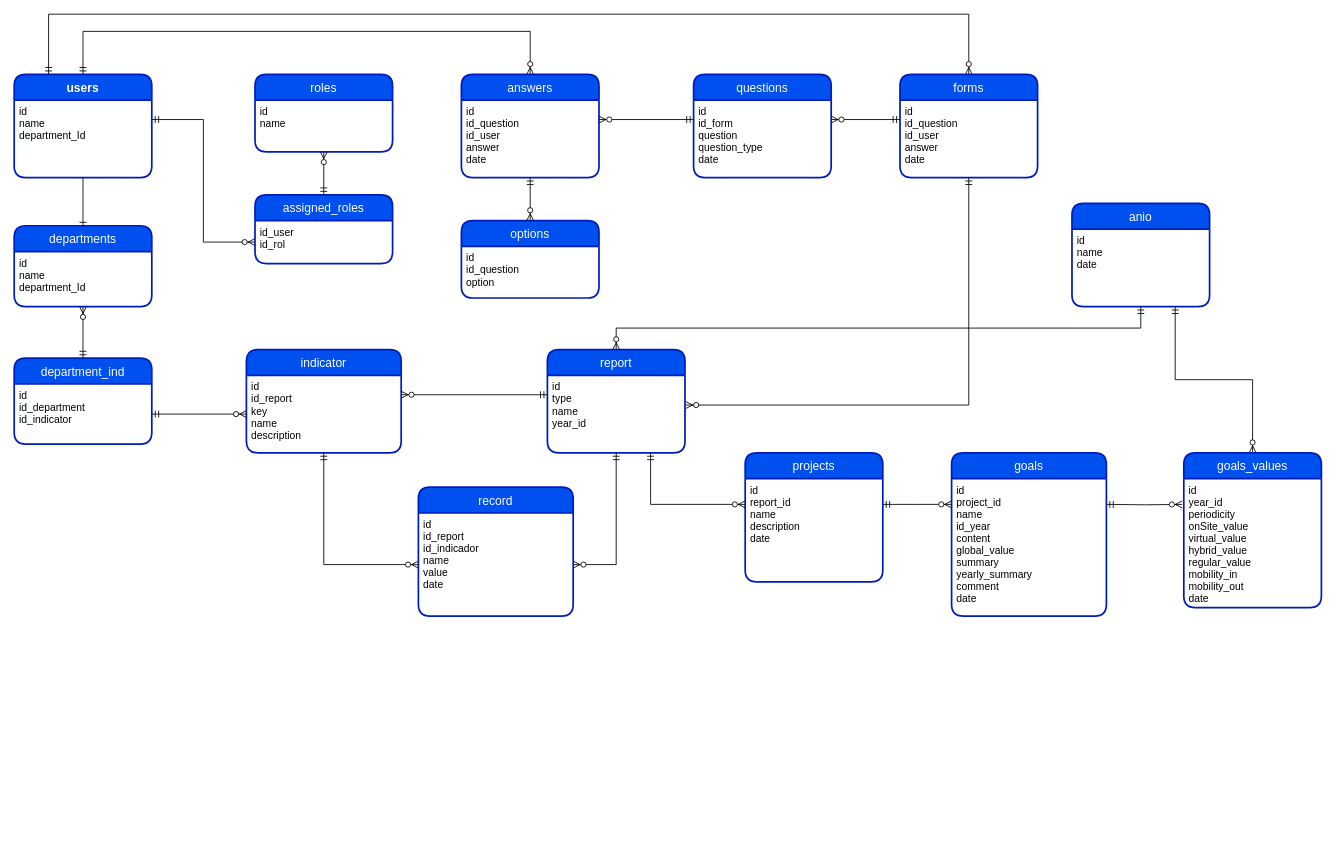
Above: Indicators.drawio in cristinacrs/diagrams (draw.io), before the change. Source tidied: cells renumbered, new cells numbered last; positions are measured from the earlier drawing's top-left corner, leaving out a move shared by most shapes. Both pictures are drawn from the tidied source at 86%, with x=0, y=0 at pixel (14, 14).
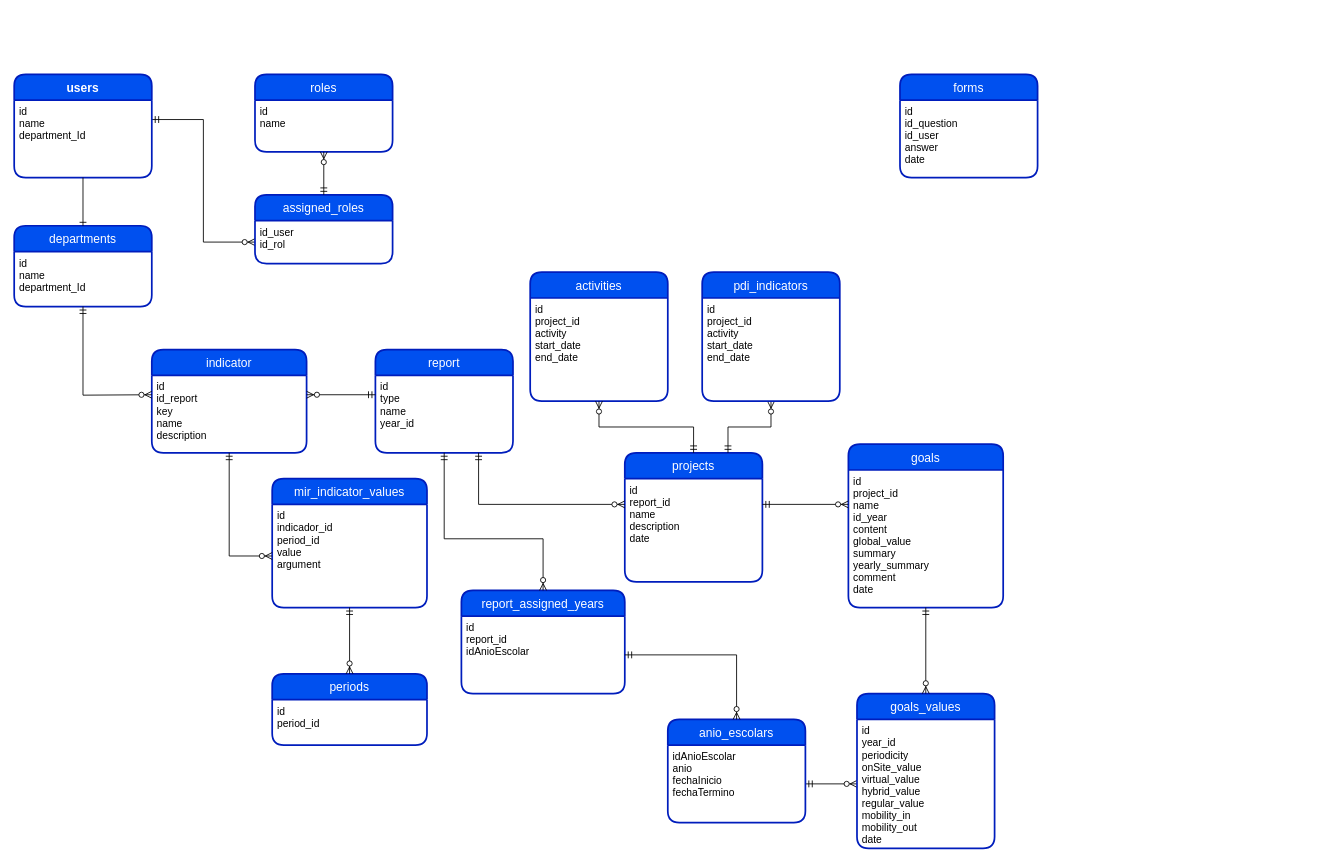
After the change.

Unchanged cells that the change refers to:
```xml
<mxCell id="4" value="users" style="swimlane;horizontal=1;startSize=30;rounded=1;fontSize=14;fontStyle=1;strokeWidth=2;shadow=0;dashed=0;align=center;fillColor=#0050ef;fontColor=#ffffff;strokeColor=#001DBC;" parent="1" vertex="1">
  <mxGeometry y="70" width="160" height="120" as="geometry" />
</mxCell>
<mxCell id="7" value="id&#10;name&#10;department_Id" style="align=left;strokeColor=none;fillColor=none;spacingLeft=4;fontSize=12;verticalAlign=top;" parent="6" vertex="1">
  <mxGeometry y="30" width="160" height="64" as="geometry" />
</mxCell>
<mxCell id="18" value="forms" style="swimlane;horizontal=1;startSize=30;rounded=1;fontSize=14;fontStyle=0;strokeWidth=2;shadow=0;dashed=0;align=center;fillColor=#0050ef;fontColor=#ffffff;strokeColor=#001DBC;" parent="1" vertex="1">
  <mxGeometry x="1030" y="70" width="160" height="120" as="geometry" />
</mxCell>
<mxCell id="19" value="id&#10;id_question&#10;id_user&#10;answer&#10;date" style="align=left;strokeColor=none;fillColor=none;spacingLeft=4;fontSize=12;verticalAlign=top;" parent="18" vertex="1">
  <mxGeometry y="30" width="160" height="90" as="geometry" />
</mxCell>
<mxCell id="23" value="id&#10;type&#10;name&#10;year_id" style="align=left;strokeColor=none;fillColor=none;spacingLeft=4;fontSize=12;verticalAlign=top;" parent="22" vertex="1">
  <mxGeometry y="30" width="160" height="90" as="geometry" />
</mxCell>
<mxCell id="30" value="id&#10;id_report&#10;key&#10;name&#10;description" style="align=left;strokeColor=none;fillColor=none;spacingLeft=4;fontSize=12;verticalAlign=top;" parent="29" vertex="1">
  <mxGeometry y="30" width="180" height="90" as="geometry" />
</mxCell>
<mxCell id="42" value="id&#10;report_id&#10;name&#10;description&#10;date" style="align=left;strokeColor=none;fillColor=none;spacingLeft=4;fontSize=12;verticalAlign=top;" parent="41" vertex="1">
  <mxGeometry y="30" width="160" height="120" as="geometry" />
</mxCell>
<mxCell id="45" value="id&#10;project_id&#10;name&#10;id_year&#10;content&#10;global_value&#10;summary&#10;yearly_summary&#10;comment&#10;date" style="align=left;strokeColor=none;fillColor=none;spacingLeft=4;fontSize=12;verticalAlign=top;" parent="44" vertex="1">
  <mxGeometry y="30" width="180" height="160" as="geometry" />
</mxCell>
<mxCell id="52" value="id&#10;year_id&#10;periodicity&#10;onSite_value&#10;virtual_value&#10;hybrid_value&#10;regular_value&#10;mobility_in&#10;mobility_out&#10;date" style="align=left;strokeColor=none;fillColor=none;spacingLeft=4;fontSize=12;verticalAlign=top;" parent="51" vertex="1">
  <mxGeometry y="30" width="160" height="150" as="geometry" />
</mxCell>
```

Diff of the diagram source:
```diff
@@
-    <mxCell id="3" style="fontSize=12;html=1;endArrow=ERzeroToMany;startArrow=ERmandOne;rounded=0;exitX=0.5;exitY=0;exitDx=0;exitDy=0;verticalAlign=bottom;labelPosition=center;verticalLabelPosition=top;align=center;entryX=0.5;entryY=0;entryDx=0;entryDy=0;edgeStyle=elbowEdgeStyle;" parent="1" edge="1" source="4" target="15">
-      <mxGeometry relative="1" as="geometry">
-        <Array as="points">
-          <mxPoint x="270" y="20" />
-        </Array>
-      </mxGeometry>
-    </mxCell>
@@
-    <mxCell id="15" value="answers" style="swimlane;horizontal=1;startSize=30;rounded=1;fontSize=14;fontStyle=0;strokeWidth=2;shadow=0;dashed=0;align=center;fillColor=#0050ef;fontColor=#ffffff;strokeColor=#001DBC;" parent="1" vertex="1">
-      <mxGeometry x="520" y="70" width="160" height="120" as="geometry" />
-    </mxCell>
-    <mxCell id="16" value="id&#10;id_question&#10;id_user&#10;answer&#10;date" style="align=left;strokeColor=none;fillColor=none;spacingLeft=4;fontSize=12;verticalAlign=top;" parent="15" vertex="1">
-      <mxGeometry y="30" width="160" height="90" as="geometry" />
-    </mxCell>
-    <mxCell id="17" style="fontSize=12;html=1;endArrow=ERzeroToMany;startArrow=ERmandOne;rounded=0;exitX=0.25;exitY=0;exitDx=0;exitDy=0;verticalAlign=bottom;labelPosition=center;verticalLabelPosition=top;align=center;entryX=0.5;entryY=0;entryDx=0;entryDy=0;edgeStyle=elbowEdgeStyle;" parent="1" edge="1" source="4" target="18">
-      <mxGeometry relative="1" as="geometry">
-        <Array as="points">
-          <mxPoint x="280" />
-        </Array>
-      </mxGeometry>
-    </mxCell>
@@
-    <mxCell id="20" value="options" style="swimlane;horizontal=1;startSize=30;rounded=1;fontSize=14;fontStyle=0;strokeWidth=2;shadow=0;dashed=0;align=center;fillColor=#0050ef;fontColor=#ffffff;strokeColor=#001DBC;" parent="1" vertex="1">
-      <mxGeometry x="520" y="240" width="160" height="90" as="geometry" />
-    </mxCell>
-    <mxCell id="21" value="id&#10;id_question&#10;option" style="align=left;strokeColor=none;fillColor=none;spacingLeft=4;fontSize=12;verticalAlign=top;" parent="20" vertex="1">
-      <mxGeometry y="30" width="160" height="60" as="geometry" />
-    </mxCell>
     <mxCell id="22" value="report" style="swimlane;horizontal=1;startSize=30;rounded=1;fontSize=14;fontStyle=0;strokeWidth=2;shadow=0;dashed=0;align=center;fillColor=#0050ef;fontColor=#ffffff;strokeColor=#001DBC;" parent="1" vertex="1">
-      <mxGeometry x="620" y="390" width="160" height="120" as="geometry" />
+      <mxGeometry x="420" y="390" width="160" height="120" as="geometry" />
     </mxCell>
@@
-    <mxCell id="24" style="fontSize=12;html=1;endArrow=ERzeroToMany;startArrow=ERmandOne;rounded=0;verticalAlign=bottom;labelPosition=center;verticalLabelPosition=top;align=center;entryX=0.5;entryY=0;entryDx=0;entryDy=0;exitX=0.5;exitY=1;exitDx=0;exitDy=0;" parent="1" edge="1" source="16" target="20">
-      <mxGeometry relative="1" as="geometry" />
-    </mxCell>
-    <mxCell id="25" style="fontSize=12;html=1;endArrow=ERzeroToMany;startArrow=ERmandOne;rounded=0;verticalAlign=bottom;labelPosition=center;verticalLabelPosition=top;align=center;exitX=0.5;exitY=1;exitDx=0;exitDy=0;entryX=1.006;entryY=0.383;entryDx=0;entryDy=0;edgeStyle=orthogonalEdgeStyle;entryPerimeter=0;" parent="1" edge="1" source="19" target="23">
-      <mxGeometry relative="1" as="geometry" />
-    </mxCell>
-    <mxCell id="26" value="department_ind" style="swimlane;horizontal=1;startSize=30;rounded=1;fontSize=14;fontStyle=0;strokeWidth=2;shadow=0;dashed=0;align=center;fillColor=#0050ef;fontColor=#ffffff;strokeColor=#001DBC;" parent="1" vertex="1">
-      <mxGeometry y="400" width="160" height="100" as="geometry" />
-    </mxCell>
-    <mxCell id="27" value="id&#10;id_department&#10;id_indicator" style="align=left;strokeColor=none;fillColor=none;spacingLeft=4;fontSize=12;verticalAlign=top;" parent="26" vertex="1">
-      <mxGeometry y="30" width="160" height="70" as="geometry" />
-    </mxCell>
-    <mxCell id="28" style="fontSize=12;html=1;endArrow=ERzeroToMany;startArrow=ERmandOne;rounded=0;verticalAlign=bottom;labelPosition=center;verticalLabelPosition=top;align=center;entryX=0.5;entryY=1;entryDx=0;entryDy=0;exitX=0.5;exitY=0;exitDx=0;exitDy=0;" parent="1" edge="1" source="26" target="7">
-      <mxGeometry relative="1" as="geometry" />
-    </mxCell>
     <mxCell id="29" value="indicator" style="swimlane;horizontal=1;startSize=30;rounded=1;fontSize=14;fontStyle=0;strokeWidth=2;shadow=0;dashed=0;align=center;fillColor=#0050ef;fontColor=#ffffff;strokeColor=#001DBC;" parent="1" vertex="1">
-      <mxGeometry x="270" y="390" width="180" height="120" as="geometry" />
+      <mxGeometry x="160" y="390" width="180" height="120" as="geometry" />
     </mxCell>
@@
-    <mxCell id="31" style="fontSize=12;html=1;endArrow=ERzeroToMany;startArrow=ERmandOne;rounded=0;verticalAlign=bottom;labelPosition=center;verticalLabelPosition=top;align=center;entryX=0;entryY=0.5;entryDx=0;entryDy=0;exitX=1;exitY=0.5;exitDx=0;exitDy=0;" parent="1" edge="1" source="27" target="30">
-      <mxGeometry relative="1" as="geometry" />
+    <mxCell id="31" style="fontSize=12;html=1;endArrow=ERzeroToMany;startArrow=ERmandOne;rounded=0;verticalAlign=bottom;labelPosition=center;verticalLabelPosition=top;align=center;entryX=0;entryY=0.25;entryDx=0;entryDy=0;exitX=0.5;exitY=1;exitDx=0;exitDy=0;" parent="1" edge="1" source="7" target="30">
+      <mxGeometry relative="1" as="geometry">
+        <Array as="points">
+          <mxPoint x="80" y="443" />
+        </Array>
+      </mxGeometry>
     </mxCell>
-    <mxCell id="32" value="record" style="swimlane;horizontal=1;startSize=30;rounded=1;fontSize=14;fontStyle=0;strokeWidth=2;shadow=0;dashed=0;align=center;fillColor=#0050ef;fontColor=#ffffff;strokeColor=#001DBC;" parent="1" vertex="1">
-      <mxGeometry x="470" y="550" width="180" height="150" as="geometry" />
+    <mxCell id="32" value="mir_indicator_values" style="swimlane;horizontal=1;startSize=30;rounded=1;fontSize=14;fontStyle=0;strokeWidth=2;shadow=0;dashed=0;align=center;fillColor=#0050ef;fontColor=#ffffff;strokeColor=#001DBC;" parent="1" vertex="1">
+      <mxGeometry x="300" y="540" width="180" height="150" as="geometry" />
     </mxCell>
-    <mxCell id="33" value="id&#10;id_report&#10;id_indicador&#10;name&#10;value&#10;date" style="align=left;strokeColor=none;fillColor=none;spacingLeft=4;fontSize=12;verticalAlign=top;" parent="32" vertex="1">
+    <mxCell id="33" value="id&#10;indicador_id&#10;period_id&#10;value&#10;argument" style="align=left;strokeColor=none;fillColor=none;spacingLeft=4;fontSize=12;verticalAlign=top;" parent="32" vertex="1">
       <mxGeometry y="30" width="180" height="120" as="geometry" />
     </mxCell>
-    <mxCell id="34" style="fontSize=12;html=1;endArrow=ERzeroToMany;startArrow=ERmandOne;rounded=0;verticalAlign=bottom;labelPosition=center;verticalLabelPosition=top;align=center;exitX=0.5;exitY=1;exitDx=0;exitDy=0;edgeStyle=orthogonalEdgeStyle;entryX=1;entryY=0.5;entryDx=0;entryDy=0;" parent="1" edge="1" source="23" target="33">
-      <mxGeometry relative="1" as="geometry" />
-    </mxCell>
@@
-    <mxCell id="36" value="questions" style="swimlane;horizontal=1;startSize=30;rounded=1;fontSize=14;fontStyle=0;strokeWidth=2;shadow=0;dashed=0;align=center;fillColor=#0050ef;fontColor=#ffffff;strokeColor=#001DBC;" parent="1" vertex="1">
-      <mxGeometry x="790" y="70" width="160" height="120" as="geometry" />
-    </mxCell>
-    <mxCell id="37" value="id&#10;id_form&#10;question&#10;question_type&#10;date" style="align=left;strokeColor=none;fillColor=none;spacingLeft=4;fontSize=12;verticalAlign=top;" parent="36" vertex="1">
-      <mxGeometry y="30" width="160" height="90" as="geometry" />
-    </mxCell>
-    <mxCell id="38" style="fontSize=12;html=1;endArrow=ERzeroToMany;startArrow=ERmandOne;rounded=0;verticalAlign=bottom;labelPosition=center;verticalLabelPosition=top;align=center;entryX=1;entryY=0.25;entryDx=0;entryDy=0;exitX=0;exitY=0.25;exitDx=0;exitDy=0;" parent="1" edge="1" source="19" target="37">
-      <mxGeometry relative="1" as="geometry" />
-    </mxCell>
-    <mxCell id="39" style="fontSize=12;html=1;endArrow=ERzeroToMany;startArrow=ERmandOne;rounded=0;verticalAlign=bottom;labelPosition=center;verticalLabelPosition=top;align=center;entryX=1;entryY=0.25;entryDx=0;entryDy=0;exitX=0;exitY=0.25;exitDx=0;exitDy=0;" parent="1" edge="1" source="37" target="16">
-      <mxGeometry relative="1" as="geometry" />
-    </mxCell>
@@
     <mxCell id="41" value="projects" style="swimlane;horizontal=1;startSize=30;rounded=1;fontSize=14;fontStyle=0;strokeWidth=2;shadow=0;dashed=0;align=center;fillColor=#0050ef;fontColor=#ffffff;strokeColor=#001DBC;" parent="1" vertex="1">
-      <mxGeometry x="850" y="510" width="160" height="150" as="geometry" />
+      <mxGeometry x="710" y="510" width="160" height="150" as="geometry" />
     </mxCell>
@@
     <mxCell id="44" value="goals" style="swimlane;horizontal=1;startSize=30;rounded=1;fontSize=14;fontStyle=0;strokeWidth=2;shadow=0;dashed=0;align=center;fillColor=#0050ef;fontColor=#ffffff;strokeColor=#001DBC;" parent="1" vertex="1">
-      <mxGeometry x="1090" y="510" width="180" height="190" as="geometry" />
+      <mxGeometry x="970" y="500" width="180" height="190" as="geometry" />
     </mxCell>
@@
-    <mxCell id="46" style="fontSize=12;html=1;endArrow=ERzeroToMany;startArrow=ERmandOne;rounded=0;verticalAlign=bottom;labelPosition=center;verticalLabelPosition=top;align=center;exitX=1;exitY=0.25;exitDx=0;exitDy=0;edgeStyle=orthogonalEdgeStyle;" parent="1" edge="1" source="42">
-      <mxGeometry relative="1" as="geometry">
-        <mxPoint x="1090" y="570" as="targetPoint" />
-      </mxGeometry>
+    <mxCell id="46" style="fontSize=12;html=1;endArrow=ERzeroToMany;startArrow=ERmandOne;rounded=0;verticalAlign=bottom;labelPosition=center;verticalLabelPosition=top;align=center;exitX=1;exitY=0.25;exitDx=0;exitDy=0;edgeStyle=orthogonalEdgeStyle;entryX=0;entryY=0.25;entryDx=0;entryDy=0;" parent="1" edge="1" source="42" target="45">
+      <mxGeometry relative="1" as="geometry" />
     </mxCell>
-    <mxCell id="47" value="anio" style="swimlane;horizontal=1;startSize=30;rounded=1;fontSize=14;fontStyle=0;strokeWidth=2;shadow=0;dashed=0;align=center;fillColor=#0050ef;fontColor=#ffffff;strokeColor=#001DBC;" parent="1" vertex="1">
-      <mxGeometry x="1230" y="220" width="160" height="120" as="geometry" />
-    </mxCell>
-    <mxCell id="48" value="id&#10;name&#10;date" style="align=left;strokeColor=none;fillColor=none;spacingLeft=4;fontSize=12;verticalAlign=top;" parent="47" vertex="1">
-      <mxGeometry y="30" width="160" height="90" as="geometry" />
-    </mxCell>
-    <mxCell id="49" style="fontSize=12;html=1;endArrow=ERzeroToMany;startArrow=ERmandOne;rounded=0;verticalAlign=bottom;labelPosition=center;verticalLabelPosition=top;align=center;exitX=0.5;exitY=1;exitDx=0;exitDy=0;edgeStyle=orthogonalEdgeStyle;entryX=0.5;entryY=0;entryDx=0;entryDy=0;" parent="1" edge="1" source="48" target="22">
-      <mxGeometry relative="1" as="geometry" />
-    </mxCell>
-    <mxCell id="50" style="fontSize=12;html=1;endArrow=ERzeroToMany;startArrow=ERmandOne;rounded=0;verticalAlign=bottom;labelPosition=center;verticalLabelPosition=top;align=center;exitX=0.75;exitY=1;exitDx=0;exitDy=0;edgeStyle=orthogonalEdgeStyle;entryX=0.5;entryY=0;entryDx=0;entryDy=0;" parent="1" edge="1" source="48" target="51">
+    <mxCell id="50" style="fontSize=12;html=1;endArrow=ERzeroToMany;startArrow=ERmandOne;rounded=0;verticalAlign=bottom;labelPosition=center;verticalLabelPosition=top;align=center;edgeStyle=orthogonalEdgeStyle;entryX=0;entryY=0.5;entryDx=0;entryDy=0;exitX=1;exitY=0.5;exitDx=0;exitDy=0;" parent="1" edge="1" source="61" target="52">
       <mxGeometry relative="1" as="geometry" />
     </mxCell>
     <mxCell id="51" value="goals_values" style="swimlane;horizontal=1;startSize=30;rounded=1;fontSize=14;fontStyle=0;strokeWidth=2;shadow=0;dashed=0;align=center;fillColor=#0050ef;fontColor=#ffffff;strokeColor=#001DBC;" parent="1" vertex="1">
-      <mxGeometry x="1360" y="510" width="160" height="180" as="geometry" />
+      <mxGeometry x="980" y="790" width="160" height="180" as="geometry" />
     </mxCell>
@@
-    <mxCell id="53" style="fontSize=12;html=1;endArrow=ERzeroToMany;startArrow=ERmandOne;rounded=0;verticalAlign=bottom;labelPosition=center;verticalLabelPosition=top;align=center;edgeStyle=orthogonalEdgeStyle;entryX=-0.012;entryY=0.2;entryDx=0;entryDy=0;entryPerimeter=0;" parent="1" edge="1" target="52">
+    <mxCell id="53" style="fontSize=12;html=1;endArrow=ERzeroToMany;startArrow=ERmandOne;rounded=0;verticalAlign=bottom;labelPosition=center;verticalLabelPosition=top;align=center;edgeStyle=orthogonalEdgeStyle;entryX=0.5;entryY=0;entryDx=0;entryDy=0;exitX=0.5;exitY=1;exitDx=0;exitDy=0;" parent="1" edge="1" source="45" target="51">
       <mxGeometry relative="1" as="geometry">
-        <mxPoint x="1270" y="570" as="sourcePoint" />
+        <Array as="points">
+          <mxPoint x="1060" y="790" />
+        </Array>
       </mxGeometry>
     </mxCell>
+    <mxCell id="54" value="periods" style="swimlane;horizontal=1;startSize=30;rounded=1;fontSize=14;fontStyle=0;strokeWidth=2;shadow=0;dashed=0;align=center;fillColor=#0050ef;fontColor=#ffffff;strokeColor=#001DBC;" parent="1" vertex="1">
+      <mxGeometry x="300" y="767" width="180" height="83" as="geometry" />
+    </mxCell>
+    <mxCell id="55" value="id&#10;period_id" style="align=left;strokeColor=none;fillColor=none;spacingLeft=4;fontSize=12;verticalAlign=top;" parent="54" vertex="1">
+      <mxGeometry y="30" width="180" height="53" as="geometry" />
+    </mxCell>
+    <mxCell id="56" style="fontSize=12;html=1;endArrow=ERzeroToMany;startArrow=ERmandOne;rounded=0;verticalAlign=bottom;labelPosition=center;verticalLabelPosition=top;align=center;exitX=0.5;exitY=1;exitDx=0;exitDy=0;edgeStyle=orthogonalEdgeStyle;entryX=0.5;entryY=0;entryDx=0;entryDy=0;" parent="1" edge="1" source="33" target="54">
+      <mxGeometry relative="1" as="geometry" />
+    </mxCell>
+    <mxCell id="57" value="report_assigned_years" style="swimlane;horizontal=1;startSize=30;rounded=1;fontSize=14;fontStyle=0;strokeWidth=2;shadow=0;dashed=0;align=center;fillColor=#0050ef;fontColor=#ffffff;strokeColor=#001DBC;" parent="1" vertex="1">
+      <mxGeometry x="520" y="670" width="190" height="120" as="geometry" />
+    </mxCell>
+    <mxCell id="58" value="id&#10;report_id&#10;idAnioEscolar" style="align=left;strokeColor=none;fillColor=none;spacingLeft=4;fontSize=12;verticalAlign=top;" parent="57" vertex="1">
+      <mxGeometry y="30" width="190" height="90" as="geometry" />
+    </mxCell>
+    <mxCell id="59" style="fontSize=12;html=1;endArrow=ERzeroToMany;startArrow=ERmandOne;rounded=0;verticalAlign=bottom;labelPosition=center;verticalLabelPosition=top;align=center;edgeStyle=orthogonalEdgeStyle;entryX=0.5;entryY=0;entryDx=0;entryDy=0;exitX=0.5;exitY=1;exitDx=0;exitDy=0;" parent="1" edge="1" source="23" target="57">
+      <mxGeometry relative="1" as="geometry">
+        <Array as="points">
+          <mxPoint x="500" y="610" />
+          <mxPoint x="615" y="610" />
+        </Array>
+      </mxGeometry>
+    </mxCell>
+    <mxCell id="60" value="anio_escolars" style="swimlane;horizontal=1;startSize=30;rounded=1;fontSize=14;fontStyle=0;strokeWidth=2;shadow=0;dashed=0;align=center;fillColor=#0050ef;fontColor=#ffffff;strokeColor=#001DBC;" parent="1" vertex="1">
+      <mxGeometry x="760" y="820" width="160" height="120" as="geometry" />
+    </mxCell>
+    <mxCell id="61" value="idAnioEscolar&#10;anio&#10;fechaInicio&#10;fechaTermino" style="align=left;strokeColor=none;fillColor=none;spacingLeft=4;fontSize=12;verticalAlign=top;" parent="60" vertex="1">
+      <mxGeometry y="30" width="160" height="90" as="geometry" />
+    </mxCell>
+    <mxCell id="62" style="fontSize=12;html=1;endArrow=ERzeroToMany;startArrow=ERmandOne;rounded=0;verticalAlign=bottom;labelPosition=center;verticalLabelPosition=top;align=center;exitX=1;exitY=0.5;exitDx=0;exitDy=0;edgeStyle=orthogonalEdgeStyle;entryX=0.5;entryY=0;entryDx=0;entryDy=0;" parent="1" edge="1" source="58" target="60">
+      <mxGeometry relative="1" as="geometry" />
+    </mxCell>
+    <mxCell id="63" value="activities" style="swimlane;horizontal=1;startSize=30;rounded=1;fontSize=14;fontStyle=0;strokeWidth=2;shadow=0;dashed=0;align=center;fillColor=#0050ef;fontColor=#ffffff;strokeColor=#001DBC;" parent="1" vertex="1">
+      <mxGeometry x="600" y="300" width="160" height="150" as="geometry" />
+    </mxCell>
+    <mxCell id="64" value="id&#10;project_id&#10;activity&#10;start_date&#10;end_date" style="align=left;strokeColor=none;fillColor=none;spacingLeft=4;fontSize=12;verticalAlign=top;" parent="63" vertex="1">
+      <mxGeometry y="30" width="160" height="120" as="geometry" />
+    </mxCell>
+    <mxCell id="65" style="fontSize=12;html=1;endArrow=ERzeroToMany;startArrow=ERmandOne;rounded=0;verticalAlign=bottom;labelPosition=center;verticalLabelPosition=top;align=center;exitX=0.5;exitY=0;exitDx=0;exitDy=0;edgeStyle=orthogonalEdgeStyle;entryX=0.5;entryY=1;entryDx=0;entryDy=0;" parent="1" edge="1" source="41" target="64">
+      <mxGeometry relative="1" as="geometry" />
+    </mxCell>
+    <mxCell id="66" style="fontSize=12;html=1;endArrow=ERzeroToMany;startArrow=ERmandOne;rounded=0;verticalAlign=bottom;labelPosition=center;verticalLabelPosition=top;align=center;exitX=0.75;exitY=0;exitDx=0;exitDy=0;edgeStyle=orthogonalEdgeStyle;entryX=0.5;entryY=1;entryDx=0;entryDy=0;" parent="1" edge="1" source="41" target="68">
+      <mxGeometry relative="1" as="geometry" />
+    </mxCell>
+    <mxCell id="67" value="pdi_indicators" style="swimlane;horizontal=1;startSize=30;rounded=1;fontSize=14;fontStyle=0;strokeWidth=2;shadow=0;dashed=0;align=center;fillColor=#0050ef;fontColor=#ffffff;strokeColor=#001DBC;" parent="1" vertex="1">
+      <mxGeometry x="800" y="300" width="160" height="150" as="geometry" />
+    </mxCell>
+    <mxCell id="68" value="id&#10;project_id&#10;activity&#10;start_date&#10;end_date" style="align=left;strokeColor=none;fillColor=none;spacingLeft=4;fontSize=12;verticalAlign=top;" parent="67" vertex="1">
+      <mxGeometry y="30" width="160" height="120" as="geometry" />
+    </mxCell>
```
